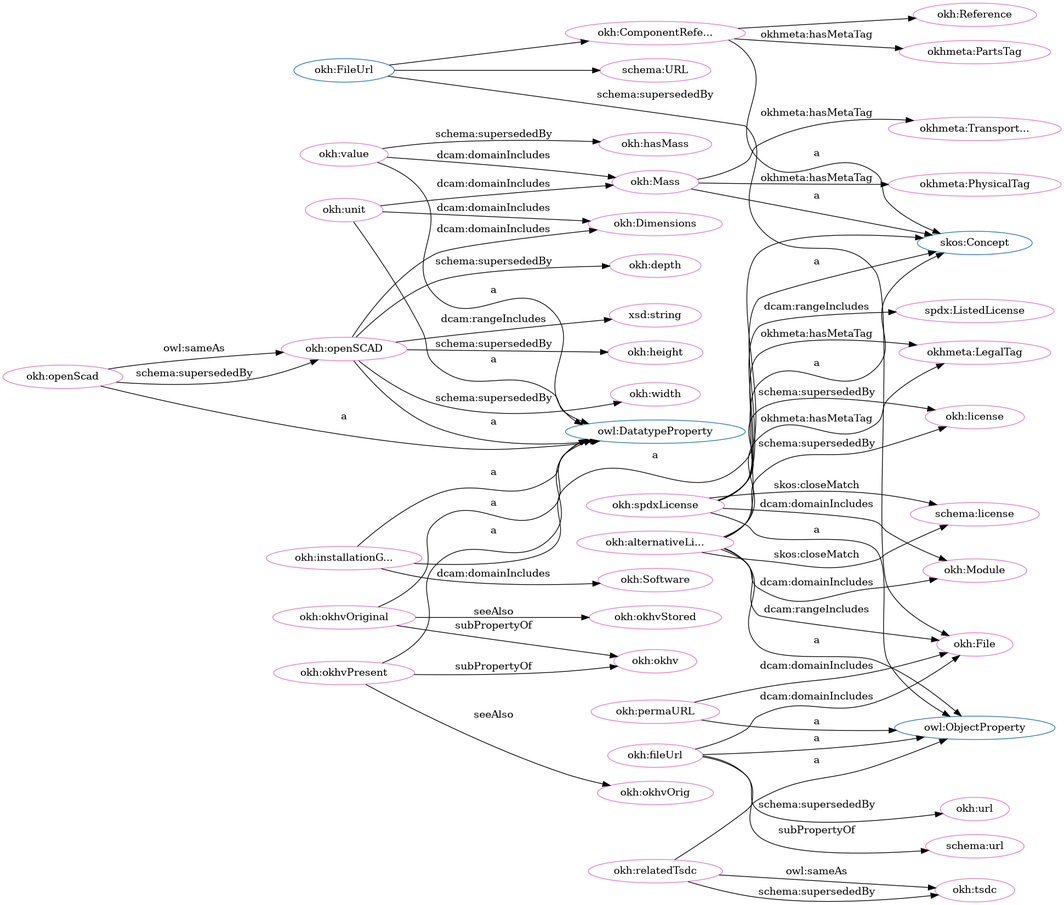
Above: src/spec/dot_okh_deprecated.png in iop-alliance/OpenKnowHow (Graphviz), before the change. Its source is kept beside it as src/spec/dot_okh_deprecated.dot.
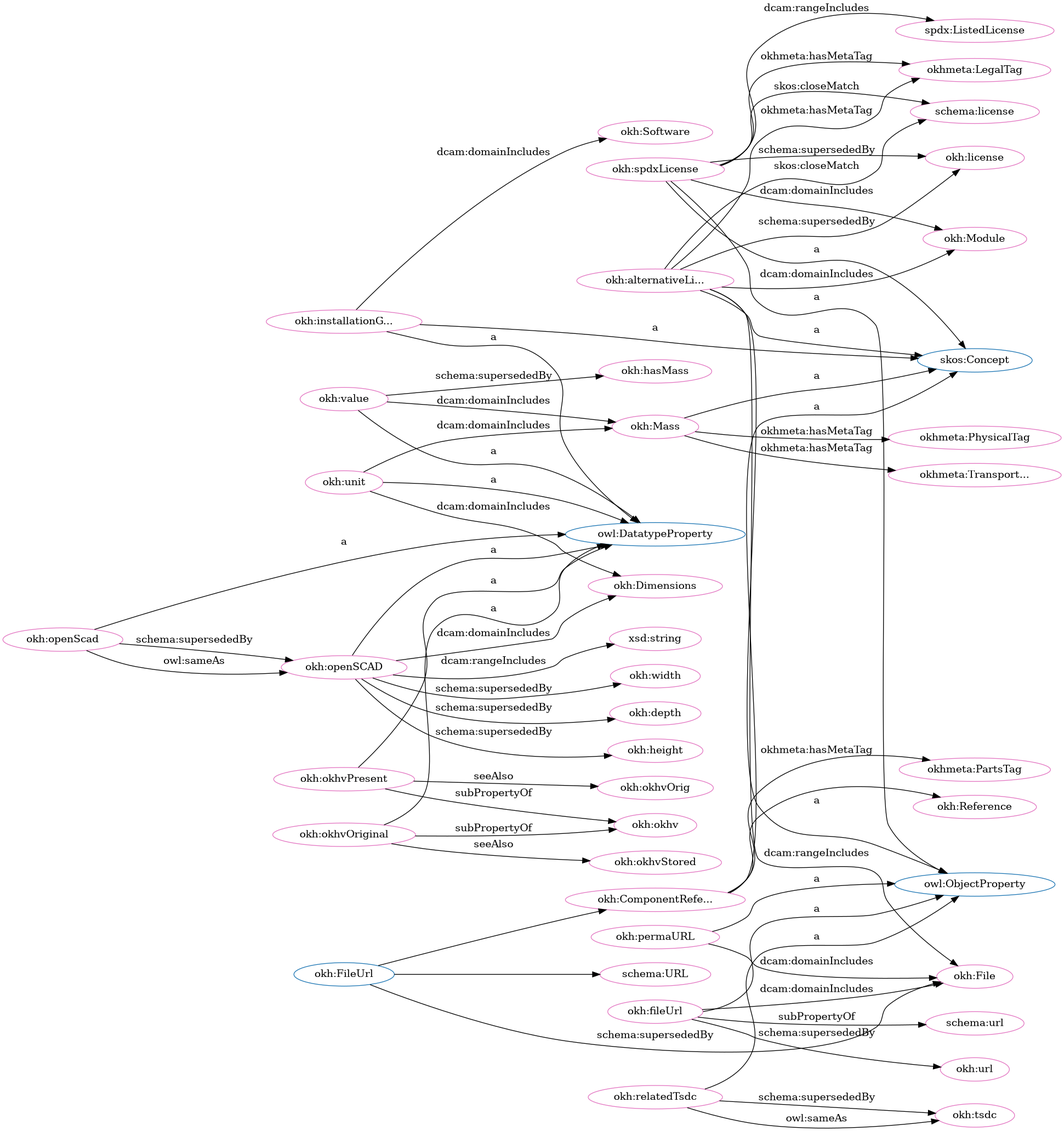
The same diagram one commit later.

What changed in the source:
```diff
@@ -1,106 +1,106 @@
 digraph G {
   rankdir=BT
   node[height=.3]
+"http://w3id.org/oseg/ont/okh#Reference" [fillcolor="#1f77b4" color="#1f77b4" label="okh:Reference"]
+"http://www.w3.org/2002/07/owl#DatatypeProperty" [fillcolor="#1f77b4" color="#1f77b4" label="owl:DatatypeProperty"]
+"http://w3id.org/oseg/ont/okh#ComponentReference" [fillcolor="#1f77b4" color="#1f77b4" label="okh:ComponentRefe..."]
+"http://w3id.org/oseg/ont/okh#Mass" [fillcolor="#1f77b4" color="#1f77b4" label="okh:Mass"]
+"http://w3id.org/oseg/ont/okh#FileUrl" [fillcolor="#1f77b4" color="#1f77b4" label="okh:FileUrl"]
+"http://www.w3.org/2004/02/skos/core#Concept" [fillcolor="#1f77b4" color="#1f77b4" label="skos:Concept"]
+"http://www.w3.org/2002/07/owl#ObjectProperty" [fillcolor="#1f77b4" color="#1f77b4" label="owl:ObjectProperty"]
 "http://schema.org/URL" [fillcolor="#1f77b4" color="#1f77b4" label="schema:URL"]
-"http://w3id.org/oseg/ont/okh#Mass" [fillcolor="#1f77b4" color="#1f77b4" label="okh:Mass"]
-"http://www.w3.org/2004/02/skos/core#Concept" [fillcolor="#1f77b4" color="#1f77b4" label="skos:Concept"]
-"http://w3id.org/oseg/ont/okh#ComponentReference" [fillcolor="#1f77b4" color="#1f77b4" label="okh:ComponentRefe..."]
-"http://www.w3.org/2002/07/owl#ObjectProperty" [fillcolor="#1f77b4" color="#1f77b4" label="owl:ObjectProperty"]
-"http://www.w3.org/2002/07/owl#DatatypeProperty" [fillcolor="#1f77b4" color="#1f77b4" label="owl:DatatypeProperty"]
-"http://w3id.org/oseg/ont/okh#Reference" [fillcolor="#1f77b4" color="#1f77b4" label="okh:Reference"]
-"http://w3id.org/oseg/ont/okh#FileUrl" [fillcolor="#1f77b4" color="#1f77b4" label="okh:FileUrl"]
+"http://w3id.org/oseg/ont/okh#permaURL" [fillcolor="#e377c2" color="#e377c2" label="okh:permaURL"]
+"http://w3id.org/oseg/ont/okh#installationGuide" [fillcolor="#e377c2" color="#e377c2" label="okh:installationG..."]
+"http://w3id.org/oseg/ont/okh#File" [fillcolor="#e377c2" color="#e377c2" label="okh:File"]
+"http://w3id.org/oseg/ont/okh#okhvStored" [fillcolor="#e377c2" color="#e377c2" label="okh:okhvStored"]
+"http://w3id.org/oseg/ont/okh#openSCAD" [fillcolor="#e377c2" color="#e377c2" label="okh:openSCAD"]
+"http://w3id.org/oseg/ont/okh#alternativeLicense" [fillcolor="#e377c2" color="#e377c2" label="okh:alternativeLi..."]
+"http://w3id.org/oseg/ont/okh#height" [fillcolor="#e377c2" color="#e377c2" label="okh:height"]
+"http://w3id.org/oseg/ont/okhmetaPartsTag" [fillcolor="#e377c2" color="#e377c2" label="okhmeta:PartsTag"]
+"http://w3id.org/oseg/ont/okh#openScad" [fillcolor="#e377c2" color="#e377c2" label="okh:openScad"]
+"http://w3id.org/oseg/ont/okh#Mass" [fillcolor="#e377c2" color="#e377c2" label="okh:Mass"]
+"http://w3id.org/oseg/ont/okh#okhv" [fillcolor="#e377c2" color="#e377c2" label="okh:okhv"]
+"http://w3id.org/oseg/ont/okhmetaTransportationTag" [fillcolor="#e377c2" color="#e377c2" label="okhmeta:Transport..."]
+"http://w3id.org/oseg/ont/okhmetaPhysicalTag" [fillcolor="#e377c2" color="#e377c2" label="okhmeta:PhysicalTag"]
+"http://www.w3.org/2001/XMLSchema#string" [fillcolor="#e377c2" color="#e377c2" label="xsd:string"]
+"http://w3id.org/oseg/ont/okh#unit" [fillcolor="#e377c2" color="#e377c2" label="okh:unit"]
+"http://w3id.org/oseg/ont/okh#okhvPresent" [fillcolor="#e377c2" color="#e377c2" label="okh:okhvPresent"]
+"http://w3id.org/oseg/ont/okh#fileUrl" [fillcolor="#e377c2" color="#e377c2" label="okh:fileUrl"]
+"http://spdx.org/rdf/terms#ListedLicense" [fillcolor="#e377c2" color="#e377c2" label="spdx:ListedLicense"]
+"http://w3id.org/oseg/ont/okh#ComponentReference" [fillcolor="#e377c2" color="#e377c2" label="okh:ComponentRefe..."]
+"http://w3id.org/oseg/ont/okh#hasMass" [fillcolor="#e377c2" color="#e377c2" label="okh:hasMass"]
 "http://w3id.org/oseg/ont/okh#Dimensions" [fillcolor="#e377c2" color="#e377c2" label="okh:Dimensions"]
-"http://w3id.org/oseg/ont/okh#openSCAD" [fillcolor="#e377c2" color="#e377c2" label="okh:openSCAD"]
-"http://w3id.org/oseg/ont/okh#okhvPresent" [fillcolor="#e377c2" color="#e377c2" label="okh:okhvPresent"]
 "http://schema.org/URL" [fillcolor="#e377c2" color="#e377c2" label="schema:URL"]
+"http://w3id.org/oseg/ont/okh#Module" [fillcolor="#e377c2" color="#e377c2" label="okh:Module"]
+"http://w3id.org/oseg/ont/okh#depth" [fillcolor="#e377c2" color="#e377c2" label="okh:depth"]
+"http://w3id.org/oseg/ont/okh#tsdc" [fillcolor="#e377c2" color="#e377c2" label="okh:tsdc"]
+"http://w3id.org/oseg/ont/okh#Software" [fillcolor="#e377c2" color="#e377c2" label="okh:Software"]
+"http://w3id.org/oseg/ont/okhmetaLegalTag" [fillcolor="#e377c2" color="#e377c2" label="okhmeta:LegalTag"]
+"http://w3id.org/oseg/ont/okh#width" [fillcolor="#e377c2" color="#e377c2" label="okh:width"]
+"http://w3id.org/oseg/ont/okh#spdxLicense" [fillcolor="#e377c2" color="#e377c2" label="okh:spdxLicense"]
 "http://w3id.org/oseg/ont/okh#license" [fillcolor="#e377c2" color="#e377c2" label="okh:license"]
-"http://w3id.org/oseg/ont/okh#spdxLicense" [fillcolor="#e377c2" color="#e377c2" label="okh:spdxLicense"]
+"http://w3id.org/oseg/ont/okh#value" [fillcolor="#e377c2" color="#e377c2" label="okh:value"]
 "http://schema.org/license" [fillcolor="#e377c2" color="#e377c2" label="schema:license"]
-"http://w3id.org/oseg/ont/okh#Module" [fillcolor="#e377c2" color="#e377c2" label="okh:Module"]
-"http://w3id.org/oseg/ont/okh#tsdc" [fillcolor="#e377c2" color="#e377c2" label="okh:tsdc"]
-"http://w3id.org/oseg/ont/okh#ComponentReference" [fillcolor="#e377c2" color="#e377c2" label="okh:ComponentRefe..."]
-"http://w3id.org/oseg/ont/okh#alternativeLicense" [fillcolor="#e377c2" color="#e377c2" label="okh:alternativeLi..."]
+"http://w3id.org/oseg/ont/okh#url" [fillcolor="#e377c2" color="#e377c2" label="okh:url"]
+"http://w3id.org/oseg/ont/okh#relatedTsdc" [fillcolor="#e377c2" color="#e377c2" label="okh:relatedTsdc"]
 "http://w3id.org/oseg/ont/okh#okhvOrig" [fillcolor="#e377c2" color="#e377c2" label="okh:okhvOrig"]
-"http://w3id.org/oseg/ont/okh#value" [fillcolor="#e377c2" color="#e377c2" label="okh:value"]
-"http://w3id.org/oseg/ont/okh#File" [fillcolor="#e377c2" color="#e377c2" label="okh:File"]
-"http://w3id.org/oseg/ont/okh#installationGuide" [fillcolor="#e377c2" color="#e377c2" label="okh:installationG..."]
-"http://w3id.org/oseg/ont/okhmetaTransportationTag" [fillcolor="#e377c2" color="#e377c2" label="okhmeta:Transport..."]
-"http://w3id.org/oseg/ont/okh#Mass" [fillcolor="#e377c2" color="#e377c2" label="okh:Mass"]
-"http://w3id.org/oseg/ont/okh#openScad" [fillcolor="#e377c2" color="#e377c2" label="okh:openScad"]
-"http://w3id.org/oseg/ont/okh#fileUrl" [fillcolor="#e377c2" color="#e377c2" label="okh:fileUrl"]
-"http://w3id.org/oseg/ont/okh#okhv" [fillcolor="#e377c2" color="#e377c2" label="okh:okhv"]
-"http://w3id.org/oseg/ont/okhmetaLegalTag" [fillcolor="#e377c2" color="#e377c2" label="okhmeta:LegalTag"]
-"http://w3id.org/oseg/ont/okhmetaPhysicalTag" [fillcolor="#e377c2" color="#e377c2" label="okhmeta:PhysicalTag"]
-"http://w3id.org/oseg/ont/okh#permaURL" [fillcolor="#e377c2" color="#e377c2" label="okh:permaURL"]
-"http://spdx.org/rdf/terms#ListedLicense" [fillcolor="#e377c2" color="#e377c2" label="spdx:ListedLicense"]
 "http://w3id.org/oseg/ont/okh#Reference" [fillcolor="#e377c2" color="#e377c2" label="okh:Reference"]
-"http://w3id.org/oseg/ont/okh#url" [fillcolor="#e377c2" color="#e377c2" label="okh:url"]
-"http://w3id.org/oseg/ont/okh#width" [fillcolor="#e377c2" color="#e377c2" label="okh:width"]
 "http://schema.org/url" [fillcolor="#e377c2" color="#e377c2" label="schema:url"]
 "http://w3id.org/oseg/ont/okh#okhvOriginal" [fillcolor="#e377c2" color="#e377c2" label="okh:okhvOriginal"]
-"http://w3id.org/oseg/ont/okh#unit" [fillcolor="#e377c2" color="#e377c2" label="okh:unit"]
-"http://w3id.org/oseg/ont/okh#Software" [fillcolor="#e377c2" color="#e377c2" label="okh:Software"]
-"http://www.w3.org/2001/XMLSchema#string" [fillcolor="#e377c2" color="#e377c2" label="xsd:string"]
-"http://w3id.org/oseg/ont/okhmetaPartsTag" [fillcolor="#e377c2" color="#e377c2" label="okhmeta:PartsTag"]
-"http://w3id.org/oseg/ont/okh#height" [fillcolor="#e377c2" color="#e377c2" label="okh:height"]
-"http://w3id.org/oseg/ont/okh#depth" [fillcolor="#e377c2" color="#e377c2" label="okh:depth"]
-"http://w3id.org/oseg/ont/okh#hasMass" [fillcolor="#e377c2" color="#e377c2" label="okh:hasMass"]
-"http://w3id.org/oseg/ont/okh#okhvStored" [fillcolor="#e377c2" color="#e377c2" label="okh:okhvStored"]
-"http://w3id.org/oseg/ont/okh#relatedTsdc" [fillcolor="#e377c2" color="#e377c2" label="okh:relatedTsdc"]
+  "http://w3id.org/oseg/ont/okh#permaURL" -> "http://www.w3.org/2002/07/owl#ObjectProperty" [label="a"]
+  "http://w3id.org/oseg/ont/okh#installationGuide" -> "http://www.w3.org/2002/07/owl#DatatypeProperty" [label="a"]
+  "http://w3id.org/oseg/ont/okh#permaURL" -> "http://w3id.org/oseg/ont/okh#File" [label="dcam:domainIncludes"]
+  "http://w3id.org/oseg/ont/okh#okhvOriginal" -> "http://w3id.org/oseg/ont/okh#okhvStored" [label="seeAlso"]
+  "http://w3id.org/oseg/ont/okh#openScad" -> "http://w3id.org/oseg/ont/okh#openSCAD" [label="owl:sameAs"]
+  "http://w3id.org/oseg/ont/okh#alternativeLicense" -> "http://www.w3.org/2002/07/owl#ObjectProperty" [label="a"]
+  "http://w3id.org/oseg/ont/okh#openSCAD" -> "http://w3id.org/oseg/ont/okh#height" [label="schema:supersededBy"]
+  "http://w3id.org/oseg/ont/okh#ComponentReference" -> "http://w3id.org/oseg/ont/okhmetaPartsTag" [label="okhmeta:hasMetaTag"]
+  "http://w3id.org/oseg/ont/okh#openScad" -> "http://www.w3.org/2002/07/owl#DatatypeProperty" [label="a"]
+  "http://w3id.org/oseg/ont/okh#Mass" -> "http://www.w3.org/2004/02/skos/core#Concept" [label="a"]
+  "http://w3id.org/oseg/ont/okh#okhvPresent" -> "http://w3id.org/oseg/ont/okh#okhv" [label="subPropertyOf"]
+  "http://w3id.org/oseg/ont/okh#unit" -> "http://w3id.org/oseg/ont/okh#Mass" [label="dcam:domainIncludes"]
+  "http://w3id.org/oseg/ont/okh#Mass" -> "http://w3id.org/oseg/ont/okhmetaTransportationTag" [label="okhmeta:hasMetaTag"]
+  "http://w3id.org/oseg/ont/okh#Mass" -> "http://w3id.org/oseg/ont/okhmetaPhysicalTag" [label="okhmeta:hasMetaTag"]
+  "http://w3id.org/oseg/ont/okh#openSCAD" -> "http://www.w3.org/2001/XMLSchema#string" [label="dcam:rangeIncludes"]
+  "http://w3id.org/oseg/ont/okh#unit" -> "http://www.w3.org/2002/07/owl#DatatypeProperty" [label="a"]
+  "http://w3id.org/oseg/ont/okh#okhvPresent" -> "http://www.w3.org/2002/07/owl#DatatypeProperty" [label="a"]
+  "http://w3id.org/oseg/ont/okh#fileUrl" -> "http://www.w3.org/2002/07/owl#ObjectProperty" [label="a"]
+  "http://w3id.org/oseg/ont/okh#alternativeLicense" -> "http://w3id.org/oseg/ont/okh#File" [label="dcam:rangeIncludes"]
+  "http://w3id.org/oseg/ont/okh#value" -> "http://w3id.org/oseg/ont/okh#Mass" [label="dcam:domainIncludes"]
+  "http://w3id.org/oseg/ont/okh#spdxLicense" -> "http://spdx.org/rdf/terms#ListedLicense" [label="dcam:rangeIncludes"]
+  "http://w3id.org/oseg/ont/okh#ComponentReference" -> "http://www.w3.org/2004/02/skos/core#Concept" [label="a"]
+  "http://w3id.org/oseg/ont/okh#value" -> "http://w3id.org/oseg/ont/okh#hasMass" [label="schema:supersededBy"]
+  "http://w3id.org/oseg/ont/okh#FileUrl" -> "http://w3id.org/oseg/ont/okh#File" [label="schema:supersededBy"]
   "http://w3id.org/oseg/ont/okh#openSCAD" -> "http://w3id.org/oseg/ont/okh#Dimensions" [label="dcam:domainIncludes"]
-  "http://w3id.org/oseg/ont/okh#openScad" -> "http://w3id.org/oseg/ont/okh#openSCAD" [label="owl:sameAs"]
-  "http://w3id.org/oseg/ont/okh#okhvPresent" -> "http://www.w3.org/2002/07/owl#DatatypeProperty" [label="a"]
+  "http://w3id.org/oseg/ont/okh#FileUrl" -> "http://w3id.org/oseg/ont/okh#ComponentReference" [label=""]
   "http://w3id.org/oseg/ont/okh#FileUrl" -> "http://schema.org/URL" [label=""]
-  "http://w3id.org/oseg/ont/okh#alternativeLicense" -> "http://w3id.org/oseg/ont/okh#license" [label="schema:supersededBy"]
+  "http://w3id.org/oseg/ont/okh#spdxLicense" -> "http://w3id.org/oseg/ont/okh#Module" [label="dcam:domainIncludes"]
+  "http://w3id.org/oseg/ont/okh#openSCAD" -> "http://w3id.org/oseg/ont/okh#depth" [label="schema:supersededBy"]
+  "http://w3id.org/oseg/ont/okh#relatedTsdc" -> "http://w3id.org/oseg/ont/okh#tsdc" [label="owl:sameAs"]
+  "http://w3id.org/oseg/ont/okh#openScad" -> "http://w3id.org/oseg/ont/okh#openSCAD" [label="schema:supersededBy"]
+  "http://w3id.org/oseg/ont/okh#installationGuide" -> "http://w3id.org/oseg/ont/okh#Software" [label="dcam:domainIncludes"]
+  "http://w3id.org/oseg/ont/okh#alternativeLicense" -> "http://w3id.org/oseg/ont/okhmetaLegalTag" [label="okhmeta:hasMetaTag"]
+  "http://w3id.org/oseg/ont/okh#openSCAD" -> "http://w3id.org/oseg/ont/okh#width" [label="schema:supersededBy"]
+  "http://w3id.org/oseg/ont/okh#alternativeLicense" -> "http://w3id.org/oseg/ont/okh#Module" [label="dcam:domainIncludes"]
+  "http://w3id.org/oseg/ont/okh#relatedTsdc" -> "http://w3id.org/oseg/ont/okh#tsdc" [label="schema:supersededBy"]
   "http://w3id.org/oseg/ont/okh#spdxLicense" -> "http://www.w3.org/2004/02/skos/core#Concept" [label="a"]
-  "http://w3id.org/oseg/ont/okh#alternativeLicense" -> "http://schema.org/license" [label="skos:closeMatch"]
-  "http://w3id.org/oseg/ont/okh#alternativeLicense" -> "http://w3id.org/oseg/ont/okh#Module" [label="dcam:domainIncludes"]
-  "http://w3id.org/oseg/ont/okh#relatedTsdc" -> "http://w3id.org/oseg/ont/okh#tsdc" [label="owl:sameAs"]
-  "http://w3id.org/oseg/ont/okh#FileUrl" -> "http://w3id.org/oseg/ont/okh#ComponentReference" [label=""]
-  "http://w3id.org/oseg/ont/okh#alternativeLicense" -> "http://www.w3.org/2002/07/owl#ObjectProperty" [label="a"]
   "http://w3id.org/oseg/ont/okh#spdxLicense" -> "http://w3id.org/oseg/ont/okh#license" [label="schema:supersededBy"]
-  "http://w3id.org/oseg/ont/okh#okhvPresent" -> "http://w3id.org/oseg/ont/okh#okhvOrig" [label="seeAlso"]
   "http://w3id.org/oseg/ont/okh#value" -> "http://www.w3.org/2002/07/owl#DatatypeProperty" [label="a"]
   "http://w3id.org/oseg/ont/okh#spdxLicense" -> "http://schema.org/license" [label="skos:closeMatch"]
-  "http://w3id.org/oseg/ont/okh#alternativeLicense" -> "http://w3id.org/oseg/ont/okh#File" [label="dcam:rangeIncludes"]
-  "http://w3id.org/oseg/ont/okh#installationGuide" -> "http://www.w3.org/2002/07/owl#DatatypeProperty" [label="a"]
-  "http://w3id.org/oseg/ont/okh#Mass" -> "http://w3id.org/oseg/ont/okhmetaTransportationTag" [label="okhmeta:hasMetaTag"]
+  "http://w3id.org/oseg/ont/okh#fileUrl" -> "http://w3id.org/oseg/ont/okh#url" [label="schema:supersededBy"]
+  "http://w3id.org/oseg/ont/okh#alternativeLicense" -> "http://www.w3.org/2004/02/skos/core#Concept" [label="a"]
+  "http://w3id.org/oseg/ont/okh#okhvOriginal" -> "http://w3id.org/oseg/ont/okh#okhv" [label="subPropertyOf"]
+  "http://w3id.org/oseg/ont/okh#spdxLicense" -> "http://w3id.org/oseg/ont/okhmetaLegalTag" [label="okhmeta:hasMetaTag"]
+  "http://w3id.org/oseg/ont/okh#alternativeLicense" -> "http://w3id.org/oseg/ont/okh#license" [label="schema:supersededBy"]
+  "http://w3id.org/oseg/ont/okh#alternativeLicense" -> "http://schema.org/license" [label="skos:closeMatch"]
+  "http://w3id.org/oseg/ont/okh#unit" -> "http://w3id.org/oseg/ont/okh#Dimensions" [label="dcam:domainIncludes"]
+  "http://w3id.org/oseg/ont/okh#relatedTsdc" -> "http://www.w3.org/2002/07/owl#ObjectProperty" [label="a"]
   "http://w3id.org/oseg/ont/okh#installationGuide" -> "http://www.w3.org/2004/02/skos/core#Concept" [label="a"]
-  "http://w3id.org/oseg/ont/okh#Mass" -> "http://www.w3.org/2004/02/skos/core#Concept" [label="a"]
-  "http://w3id.org/oseg/ont/okh#openScad" -> "http://www.w3.org/2002/07/owl#DatatypeProperty" [label="a"]
-  "http://w3id.org/oseg/ont/okh#fileUrl" -> "http://www.w3.org/2002/07/owl#ObjectProperty" [label="a"]
-  "http://w3id.org/oseg/ont/okh#okhvPresent" -> "http://w3id.org/oseg/ont/okh#okhv" [label="subPropertyOf"]
-  "http://w3id.org/oseg/ont/okh#alternativeLicense" -> "http://w3id.org/oseg/ont/okhmetaLegalTag" [label="okhmeta:hasMetaTag"]
-  "http://w3id.org/oseg/ont/okh#unit" -> "http://w3id.org/oseg/ont/okh#Dimensions" [label="dcam:domainIncludes"]
+  "http://w3id.org/oseg/ont/okh#okhvPresent" -> "http://w3id.org/oseg/ont/okh#okhvOrig" [label="seeAlso"]
+  "http://w3id.org/oseg/ont/okh#openSCAD" -> "http://www.w3.org/2002/07/owl#DatatypeProperty" [label="a"]
   "http://w3id.org/oseg/ont/okh#fileUrl" -> "http://w3id.org/oseg/ont/okh#File" [label="dcam:domainIncludes"]
-  "http://w3id.org/oseg/ont/okh#Mass" -> "http://w3id.org/oseg/ont/okhmetaPhysicalTag" [label="okhmeta:hasMetaTag"]
-  "http://w3id.org/oseg/ont/okh#openSCAD" -> "http://www.w3.org/2002/07/owl#DatatypeProperty" [label="a"]
-  "http://w3id.org/oseg/ont/okh#value" -> "http://w3id.org/oseg/ont/okh#Mass" [label="dcam:domainIncludes"]
-  "http://w3id.org/oseg/ont/okh#spdxLicense" -> "http://w3id.org/oseg/ont/okhmetaLegalTag" [label="okhmeta:hasMetaTag"]
-  "http://w3id.org/oseg/ont/okh#okhvOriginal" -> "http://w3id.org/oseg/ont/okh#okhv" [label="subPropertyOf"]
+  "http://w3id.org/oseg/ont/okh#ComponentReference" -> "http://w3id.org/oseg/ont/okh#Reference" [label=""]
+  "http://w3id.org/oseg/ont/okh#fileUrl" -> "http://schema.org/url" [label="subPropertyOf"]
   "http://w3id.org/oseg/ont/okh#spdxLicense" -> "http://www.w3.org/2002/07/owl#ObjectProperty" [label="a"]
-  "http://w3id.org/oseg/ont/okh#spdxLicense" -> "http://w3id.org/oseg/ont/okh#Module" [label="dcam:domainIncludes"]
-  "http://w3id.org/oseg/ont/okh#permaURL" -> "http://www.w3.org/2002/07/owl#ObjectProperty" [label="a"]
-  "http://w3id.org/oseg/ont/okh#spdxLicense" -> "http://spdx.org/rdf/terms#ListedLicense" [label="dcam:rangeIncludes"]
-  "http://w3id.org/oseg/ont/okh#openScad" -> "http://w3id.org/oseg/ont/okh#openSCAD" [label="schema:supersededBy"]
-  "http://w3id.org/oseg/ont/okh#ComponentReference" -> "http://w3id.org/oseg/ont/okh#Reference" [label=""]
-  "http://w3id.org/oseg/ont/okh#unit" -> "http://w3id.org/oseg/ont/okh#Mass" [label="dcam:domainIncludes"]
-  "http://w3id.org/oseg/ont/okh#fileUrl" -> "http://w3id.org/oseg/ont/okh#url" [label="schema:supersededBy"]
-  "http://w3id.org/oseg/ont/okh#permaURL" -> "http://w3id.org/oseg/ont/okh#File" [label="dcam:domainIncludes"]
-  "http://w3id.org/oseg/ont/okh#openSCAD" -> "http://w3id.org/oseg/ont/okh#width" [label="schema:supersededBy"]
-  "http://w3id.org/oseg/ont/okh#fileUrl" -> "http://schema.org/url" [label="subPropertyOf"]
   "http://w3id.org/oseg/ont/okh#okhvOriginal" -> "http://www.w3.org/2002/07/owl#DatatypeProperty" [label="a"]
-  "http://w3id.org/oseg/ont/okh#relatedTsdc" -> "http://w3id.org/oseg/ont/okh#tsdc" [label="schema:supersededBy"]
-  "http://w3id.org/oseg/ont/okh#ComponentReference" -> "http://www.w3.org/2004/02/skos/core#Concept" [label="a"]
-  "http://w3id.org/oseg/ont/okh#unit" -> "http://www.w3.org/2002/07/owl#DatatypeProperty" [label="a"]
-  "http://w3id.org/oseg/ont/okh#installationGuide" -> "http://w3id.org/oseg/ont/okh#Software" [label="dcam:domainIncludes"]
-  "http://w3id.org/oseg/ont/okh#openSCAD" -> "http://www.w3.org/2001/XMLSchema#string" [label="dcam:rangeIncludes"]
-  "http://w3id.org/oseg/ont/okh#ComponentReference" -> "http://w3id.org/oseg/ont/okhmetaPartsTag" [label="okhmeta:hasMetaTag"]
-  "http://w3id.org/oseg/ont/okh#openSCAD" -> "http://w3id.org/oseg/ont/okh#height" [label="schema:supersededBy"]
-  "http://w3id.org/oseg/ont/okh#FileUrl" -> "http://w3id.org/oseg/ont/okh#File" [label="schema:supersededBy"]
-  "http://w3id.org/oseg/ont/okh#openSCAD" -> "http://w3id.org/oseg/ont/okh#depth" [label="schema:supersededBy"]
-  "http://w3id.org/oseg/ont/okh#alternativeLicense" -> "http://www.w3.org/2004/02/skos/core#Concept" [label="a"]
-  "http://w3id.org/oseg/ont/okh#value" -> "http://w3id.org/oseg/ont/okh#hasMass" [label="schema:supersededBy"]
-  "http://w3id.org/oseg/ont/okh#okhvOriginal" -> "http://w3id.org/oseg/ont/okh#okhvStored" [label="seeAlso"]
-  "http://w3id.org/oseg/ont/okh#relatedTsdc" -> "http://www.w3.org/2002/07/owl#ObjectProperty" [label="a"]
 }
```
